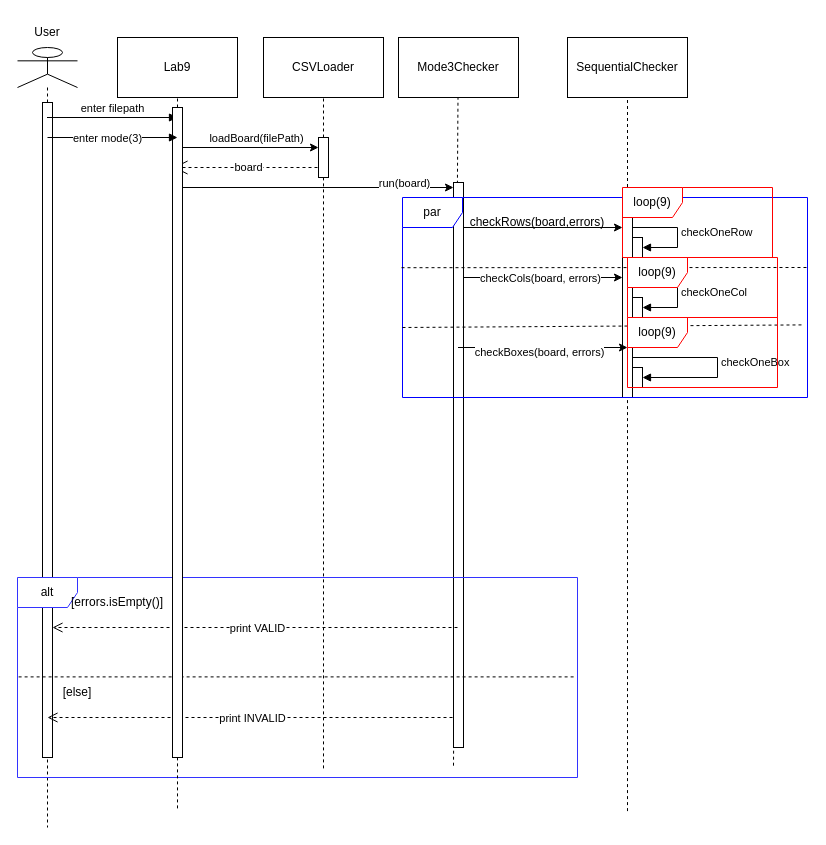
The draw.io diagram mode3.drawio in asmaa580/Lab9, before the edit. Source tidied: cells renumbered, new cells numbered last; positions are measured from the earlier drawing's top-left corner, leaving out a move shared by most shapes. Both pictures are drawn from the tidied source at 100%, with x=0, y=0 at pixel (17, 17).
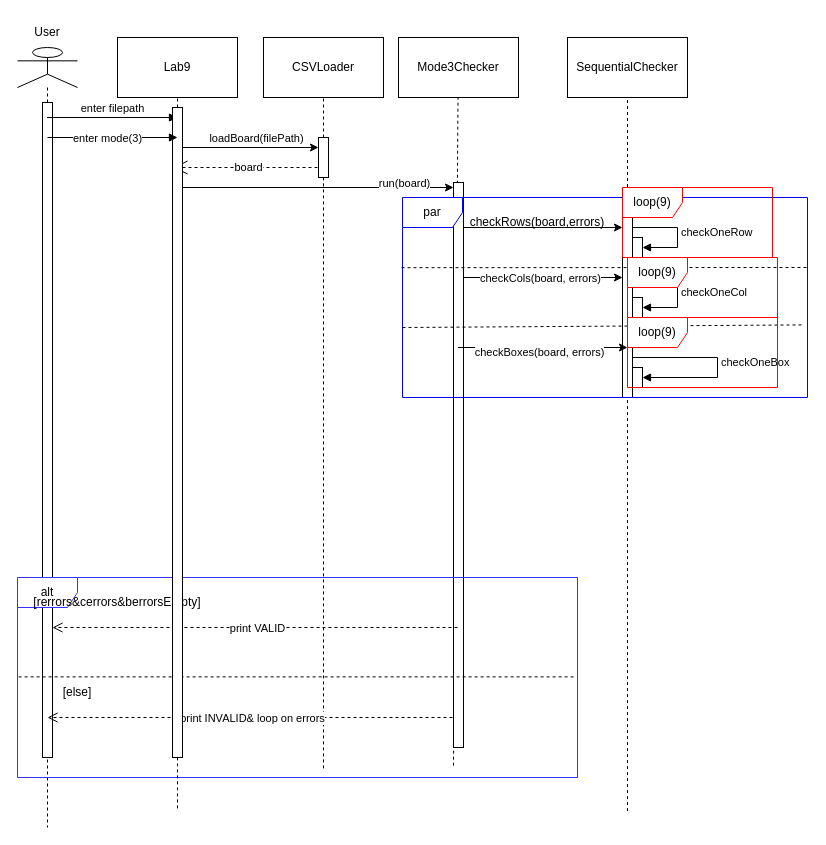
The same diagram, later.

Change to the diagram source:
```diff
@@
-    <mxCell id="21" value="[errors.isEmpty()]" style="text;html=1;whiteSpace=wrap;strokeColor=none;fillColor=none;align=center;verticalAlign=middle;rounded=0;" parent="1" vertex="1">
+    <mxCell id="21" value="[rerrors&amp;amp;cerrors&amp;amp;berrorsEmpty]" style="text;html=1;whiteSpace=wrap;strokeColor=none;fillColor=none;align=center;verticalAlign=middle;rounded=0;" parent="1" vertex="1">
       <mxGeometry x="80" y="570" width="40" height="30" as="geometry" />
     </mxCell>
@@
-    <mxCell id="25" value="print INVALID" style="html=1;verticalAlign=bottom;endArrow=open;dashed=1;endSize=8;curved=0;rounded=0;" parent="1" edge="1">
+    <mxCell id="25" value="print INVALID&amp;amp; loop on errors" style="html=1;verticalAlign=bottom;endArrow=open;dashed=1;endSize=8;curved=0;rounded=0;" parent="1" edge="1">
       <mxGeometry x="-0.01" y="10" relative="1" as="geometry">
         <mxPoint x="435" y="700" as="sourcePoint" />
         <mxPoint x="30" y="700" as="targetPoint" />
       </mxGeometry>
     </mxCell>
```
